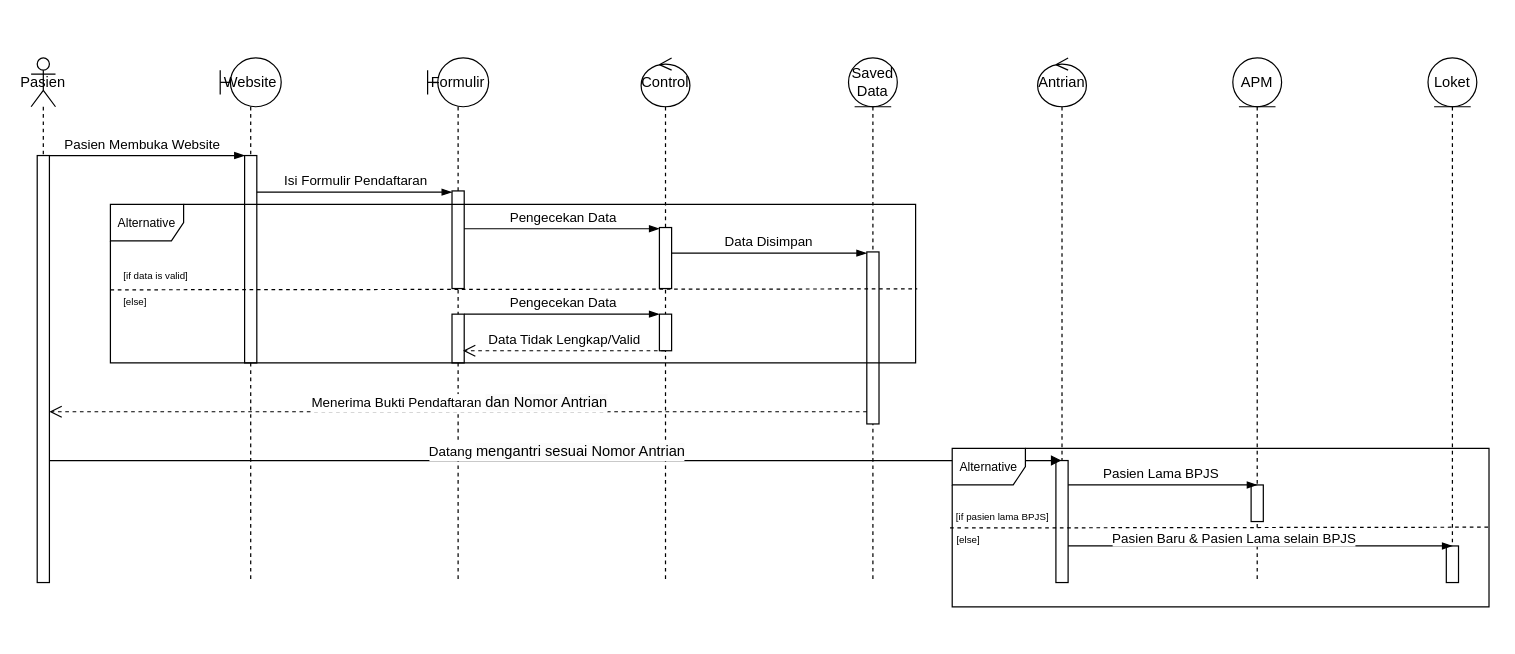
riotryulianto/PBI-system-analyst keeps this draw.io diagram as page "Sequence Diagram" (5 of 5) of Flowchart KlinikGo.drawio. Above is the earlier version. Source tidied: cells renumbered, new cells numbered last; positions are measured from the earlier drawing's top-left corner, leaving out a move shared by most shapes. Both pictures are drawn from the tidied source at 122%, with x=0, y=0 at pixel (30, 57).
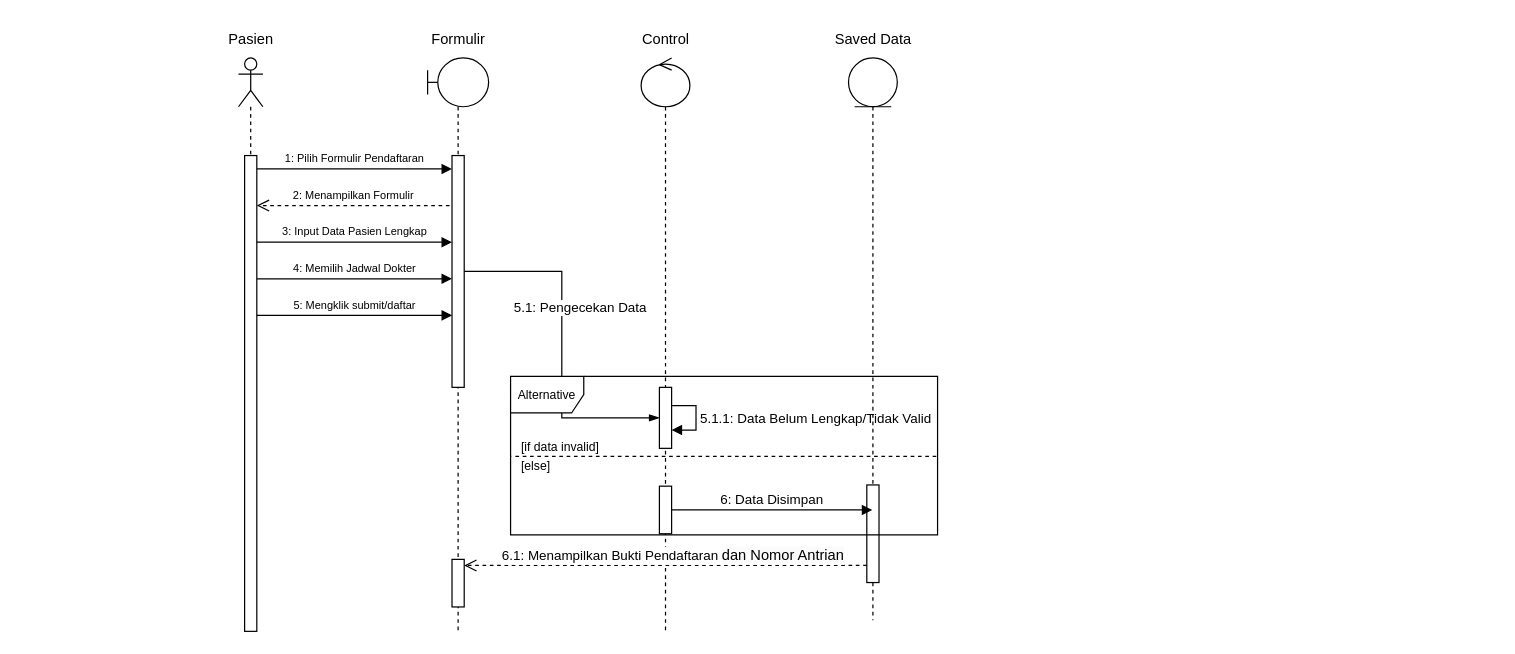
After the change.

The edit, as a diff of the source:
```diff
@@
-    <mxCell id="2" value="Pasien" style="shape=umlLifeline;perimeter=lifelinePerimeter;whiteSpace=wrap;html=1;newEdgeStyle={&quot;curved&quot;:0,&quot;rounded&quot;:0};participant=umlActor;size=40;" parent="1" vertex="1">
-      <mxGeometry width="20" height="430" as="geometry" />
+    <mxCell id="2" style="shape=umlLifeline;perimeter=lifelinePerimeter;whiteSpace=wrap;html=1;newEdgeStyle={&quot;curved&quot;:0,&quot;rounded&quot;:0};participant=umlActor;size=40;" parent="1" vertex="1">
+      <mxGeometry x="170" width="20" height="471" as="geometry" />
     </mxCell>
     <mxCell id="3" style="html=1;points=[[0,0,0,0,5],[0,1,0,0,-5],[1,0,0,0,5],[1,1,0,0,-5]];perimeter=orthogonalPerimeter;outlineConnect=0;targetShapes=umlLifeline;portConstraint=eastwest;newEdgeStyle={&quot;curved&quot;:0,&quot;rounded&quot;:0};" parent="2" vertex="1">
-      <mxGeometry x="5" y="80" width="10" height="350" as="geometry" />
+      <mxGeometry x="5" y="80" width="10" height="390" as="geometry" />
     </mxCell>
-    <mxCell id="4" value="Website" style="shape=umlLifeline;perimeter=lifelinePerimeter;whiteSpace=wrap;html=1;newEdgeStyle={&quot;curved&quot;:0,&quot;rounded&quot;:0};participant=umlBoundary;size=40;" parent="1" vertex="1">
-      <mxGeometry x="155" width="50" height="430" as="geometry" />
-    </mxCell>
-    <mxCell id="5" style="html=1;perimeter=orthogonalPerimeter;targetShapes=umlLifeline;newEdgeStyle={&quot;curved&quot;:0,&quot;rounded&quot;:0};" parent="4" vertex="1">
-      <mxGeometry x="20" y="80" width="10" height="170" as="geometry" />
-    </mxCell>
-    <mxCell id="6" value="Control" style="shape=umlLifeline;perimeter=lifelinePerimeter;whiteSpace=wrap;html=1;newEdgeStyle={&quot;curved&quot;:0,&quot;rounded&quot;:0};participant=umlControl;" parent="1" vertex="1">
-      <mxGeometry x="500" width="40" height="430" as="geometry" />
+    <mxCell id="6" style="shape=umlLifeline;perimeter=lifelinePerimeter;whiteSpace=wrap;html=1;newEdgeStyle={&quot;curved&quot;:0,&quot;rounded&quot;:0};participant=umlControl;" parent="1" vertex="1">
+      <mxGeometry x="500" width="40" height="471" as="geometry" />
     </mxCell>
     <mxCell id="7" style="html=1;points=[[0,0,0,0,5],[0,1,0,0,-5],[1,0,0,0,5],[1,1,0,0,-5]];perimeter=orthogonalPerimeter;outlineConnect=0;targetShapes=umlLifeline;portConstraint=eastwest;newEdgeStyle={&quot;curved&quot;:0,&quot;rounded&quot;:0};" parent="6" vertex="1">
-      <mxGeometry x="15" y="139" width="10" height="50" as="geometry" />
+      <mxGeometry x="15" y="270" width="10" height="50" as="geometry" />
     </mxCell>
-    <mxCell id="8" style="html=1;perimeter=orthogonalPerimeter;targetShapes=umlLifeline;newEdgeStyle={&quot;curved&quot;:0,&quot;rounded&quot;:0};" parent="6" vertex="1">
-      <mxGeometry x="15" y="210" width="10" height="30" as="geometry" />
-    </mxCell>
+    <mxCell id="47" value="5.1.1: Data Belum Lengkap/Tidak Valid" style="html=1;verticalAlign=bottom;endArrow=block;curved=0;rounded=0;" parent="6" edge="1" source="7" target="7">
+      <mxGeometry x="0.33" y="-98" relative="1" as="geometry">
+        <mxPoint x="98" y="98" as="offset" />
+      </mxGeometry>
+    </mxCell>
+    <mxCell id="48" style="html=1;points=[[0,0,0,0,5],[0,1,0,0,-5],[1,0,0,0,5],[1,1,0,0,-5]];perimeter=orthogonalPerimeter;outlineConnect=0;targetShapes=umlLifeline;portConstraint=eastwest;newEdgeStyle={&quot;curved&quot;:0,&quot;rounded&quot;:0};" parent="6" vertex="1">
+      <mxGeometry x="15" y="351" width="10" height="39" as="geometry" />
+    </mxCell>
-    <mxCell id="9" value="Formulir" style="shape=umlLifeline;perimeter=lifelinePerimeter;whiteSpace=wrap;html=1;newEdgeStyle={&quot;curved&quot;:0,&quot;rounded&quot;:0};participant=umlBoundary;" parent="1" vertex="1">
-      <mxGeometry x="325" width="50" height="430" as="geometry" />
+    <mxCell id="9" style="shape=umlLifeline;perimeter=lifelinePerimeter;whiteSpace=wrap;html=1;newEdgeStyle={&quot;curved&quot;:0,&quot;rounded&quot;:0};participant=umlBoundary;" parent="1" vertex="1">
+      <mxGeometry x="325" width="50" height="471" as="geometry" />
     </mxCell>
     <mxCell id="10" style="html=1;points=[[0,0,0,0,5],[0,1,0,0,-5],[1,0,0,0,5],[1,1,0,0,-5]];perimeter=orthogonalPerimeter;outlineConnect=0;targetShapes=umlLifeline;portConstraint=eastwest;newEdgeStyle={&quot;curved&quot;:0,&quot;rounded&quot;:0};" parent="9" vertex="1">
-      <mxGeometry x="20" y="109" width="10" height="80" as="geometry" />
+      <mxGeometry x="20" y="80" width="10" height="190" as="geometry" />
     </mxCell>
-    <mxCell id="11" style="html=1;perimeter=orthogonalPerimeter;targetShapes=umlLifeline;newEdgeStyle={&quot;curved&quot;:0,&quot;rounded&quot;:0};" parent="9" vertex="1">
-      <mxGeometry x="20" y="210" width="10" height="40" as="geometry" />
-    </mxCell>
+    <mxCell id="49" style="html=1;points=[[0,0,0,0,5],[0,1,0,0,-5],[1,0,0,0,5],[1,1,0,0,-5]];perimeter=orthogonalPerimeter;outlineConnect=0;targetShapes=umlLifeline;portConstraint=eastwest;newEdgeStyle={&quot;curved&quot;:0,&quot;rounded&quot;:0};" parent="9" vertex="1">
+      <mxGeometry x="20" y="411" width="10" height="39" as="geometry" />
+    </mxCell>
-    <mxCell id="12" value="Saved Data" style="shape=umlLifeline;perimeter=lifelinePerimeter;whiteSpace=wrap;html=1;outlineConnect=0;portConstraint=eastwest;newEdgeStyle={&quot;curved&quot;:0,&quot;rounded&quot;:0};participant=umlEntity;" parent="1" vertex="1">
-      <mxGeometry x="670" width="40" height="430" as="geometry" />
+    <mxCell id="12" style="shape=umlLifeline;perimeter=lifelinePerimeter;whiteSpace=wrap;html=1;outlineConnect=0;portConstraint=eastwest;newEdgeStyle={&quot;curved&quot;:0,&quot;rounded&quot;:0};participant=umlEntity;" parent="1" vertex="1">
+      <mxGeometry x="670" width="40" height="461" as="geometry" />
     </mxCell>
     <mxCell id="13" style="html=1;points=[[0,0,0,0,5],[0,1,0,0,-5],[1,0,0,0,5],[1,1,0,0,-5]];perimeter=orthogonalPerimeter;outlineConnect=0;targetShapes=umlLifeline;portConstraint=eastwest;newEdgeStyle={&quot;curved&quot;:0,&quot;rounded&quot;:0};" parent="12" vertex="1">
-      <mxGeometry x="15" y="159" width="10" height="141" as="geometry" />
+      <mxGeometry x="15" y="350" width="10" height="80" as="geometry" />
     </mxCell>
-    <mxCell id="14" style="edgeStyle=elbowEdgeStyle;fontSize=12;html=1;endArrow=blockThin;endFill=1;rounded=0;" parent="1" edge="1">
-      <mxGeometry relative="1" as="geometry">
-        <mxPoint x="15" y="80" as="sourcePoint" />
-        <mxPoint x="175" y="80" as="targetPoint" />
-      </mxGeometry>
-    </mxCell>
-    <mxCell id="15" value="Pasien Membuka Website" style="edgeLabel;html=1;align=center;verticalAlign=middle;" parent="14" vertex="1">
-      <mxGeometry x="-0.46" y="1" relative="1" as="geometry">
-        <mxPoint x="32" y="-9" as="offset" />
-      </mxGeometry>
-    </mxCell>
-    <mxCell id="16" style="edgeStyle=elbowEdgeStyle;fontSize=12;html=1;endArrow=blockThin;endFill=1;rounded=0;" parent="1" edge="1">
-      <mxGeometry relative="1" as="geometry">
-        <mxPoint x="185" y="110" as="sourcePoint" />
-        <mxPoint x="345" y="110" as="targetPoint" />
-      </mxGeometry>
-    </mxCell>
-    <mxCell id="17" value="Isi Formulir Pendaftaran" style="edgeLabel;html=1;align=center;verticalAlign=middle;" parent="16" vertex="1">
-      <mxGeometry x="-0.4" y="-2" relative="1" as="geometry">
-        <mxPoint x="32" y="-12" as="offset" />
-      </mxGeometry>
-    </mxCell>
-    <mxCell id="18" style="edgeStyle=elbowEdgeStyle;fontSize=12;html=1;endArrow=blockThin;endFill=1;rounded=0;" parent="1" edge="1">
-      <mxGeometry relative="1" as="geometry">
-        <mxPoint x="355" y="140" as="sourcePoint" />
-        <mxPoint x="515" y="140" as="targetPoint" />
-      </mxGeometry>
+    <mxCell id="18" style="edgeStyle=elbowEdgeStyle;fontSize=12;html=1;endArrow=blockThin;endFill=1;rounded=0;" parent="1" edge="1" source="10" target="7">
+      <mxGeometry relative="1" as="geometry" />
     </mxCell>
-    <mxCell id="19" value="Pengecekan Data" style="edgeLabel;html=1;align=center;verticalAlign=middle;" parent="18" vertex="1">
+    <mxCell id="19" value="5.1: Pengecekan Data" style="edgeLabel;html=1;align=center;verticalAlign=middle;" parent="18" vertex="1">
       <mxGeometry x="-0.16" y="1" relative="1" as="geometry">
         <mxPoint x="13" y="-9" as="offset" />
       </mxGeometry>
     </mxCell>
-    <mxCell id="20" style="edgeStyle=elbowEdgeStyle;fontSize=12;html=1;endArrow=blockThin;endFill=1;rounded=0;" parent="1" edge="1">
-      <mxGeometry relative="1" as="geometry">
-        <mxPoint x="525" y="160" as="sourcePoint" />
-        <mxPoint x="685" y="160" as="targetPoint" />
-      </mxGeometry>
-    </mxCell>
-    <mxCell id="21" value="Data Disimpan&amp;nbsp;" style="edgeLabel;html=1;align=center;verticalAlign=middle;" parent="20" vertex="1">
-      <mxGeometry x="-0.36" relative="1" as="geometry">
-        <mxPoint x="29" y="-10" as="offset" />
-      </mxGeometry>
-    </mxCell>
-    <mxCell id="22" style="edgeStyle=elbowEdgeStyle;fontSize=12;html=1;endArrow=blockThin;endFill=1;rounded=0;" parent="1" edge="1">
-      <mxGeometry relative="1" as="geometry">
-        <mxPoint x="355" y="210" as="sourcePoint" />
-        <mxPoint x="515" y="210" as="targetPoint" />
-      </mxGeometry>
-    </mxCell>
-    <mxCell id="23" value="Pengecekan Data" style="edgeLabel;html=1;align=center;verticalAlign=middle;" parent="22" vertex="1">
-      <mxGeometry x="-0.26" y="2" relative="1" as="geometry">
-        <mxPoint x="21" y="-8" as="offset" />
-      </mxGeometry>
-    </mxCell>
-    <mxCell id="24" value="Data Tidak Lengkap/Valid" style="html=1;verticalAlign=bottom;endArrow=open;dashed=1;endSize=8;curved=0;rounded=0;" parent="1" edge="1">
-      <mxGeometry relative="1" as="geometry">
-        <mxPoint x="519.5" y="240" as="sourcePoint" />
-        <mxPoint x="354" y="240" as="targetPoint" />
-      </mxGeometry>
-    </mxCell>
     <mxCell id="25" value="&lt;font style=&quot;font-size: 10px;&quot;&gt;Alternative&lt;/font&gt;" style="shape=umlFrame;whiteSpace=wrap;html=1;" parent="1" vertex="1">
-      <mxGeometry x="65" y="120" width="660" height="130" as="geometry" />
+      <mxGeometry x="393" y="261" width="350" height="130" as="geometry" />
     </mxCell>
-    <mxCell id="26" style="endArrow=none;dashed=1;html=1;rounded=0;exitX=0.001;exitY=0.003;exitDx=0;exitDy=0;exitPerimeter=0;entryX=1.002;entryY=0.533;entryDx=0;entryDy=0;entryPerimeter=0;" parent="1" edge="1" source="28" target="25">
-      <mxGeometry relative="1" as="geometry" />
-    </mxCell>
-    <mxCell id="27" value="[if data is valid]" style="text;html=1;align=center;verticalAlign=middle;strokeColor=none;fillColor=none;fontSize=8;" parent="1" vertex="1">
-      <mxGeometry x="62" y="169" width="80" height="20" as="geometry" />
-    </mxCell>
-    <mxCell id="28" value="[else]" style="text;html=1;align=center;verticalAlign=middle;points=[];strokeColor=none;fillColor=none;fontSize=8;" parent="1" vertex="1">
-      <mxGeometry x="65" y="190" width="40" height="20" as="geometry" />
-    </mxCell>
-    <mxCell id="29" style="html=1;verticalAlign=bottom;endArrow=open;dashed=1;endSize=8;curved=0;rounded=0;" parent="1" edge="1" target="3">
-      <mxGeometry relative="1" as="geometry">
-        <mxPoint x="685" y="290" as="sourcePoint" />
-      </mxGeometry>
+    <mxCell id="29" style="html=1;verticalAlign=bottom;endArrow=open;dashed=1;endSize=8;curved=0;rounded=0;entryX=1;entryY=0;entryDx=0;entryDy=5;entryPerimeter=0;" parent="1" edge="1" source="13" target="49">
+      <mxGeometry relative="1" as="geometry" />
     </mxCell>
-    <mxCell id="30" value="Menerima Bukti Pendaftaran&amp;nbsp;&lt;span style=&quot;font-size: 12px; background-color: rgb(251, 251, 251);&quot;&gt;dan Nomor Antrian&lt;/span&gt;" style="edgeLabel;html=1;align=center;verticalAlign=middle;" parent="29" vertex="1">
+    <mxCell id="30" value="6.1: Menampilkan Bukti Pendaftaran&amp;nbsp;&lt;span style=&quot;font-size: 12px; background-color: rgb(251, 251, 251);&quot;&gt;dan Nomor Antrian&lt;/span&gt;" style="edgeLabel;html=1;align=center;verticalAlign=middle;" parent="29" vertex="1">
       <mxGeometry relative="1" as="geometry">
-        <mxPoint y="-8" as="offset" />
+        <mxPoint x="5" y="-9" as="offset" />
       </mxGeometry>
     </mxCell>
-    <mxCell id="31" value="Antrian" style="shape=umlLifeline;whiteSpace=wrap;html=1;outlineConnect=0;portConstraint=eastwest;newEdgeStyle={&quot;curved&quot;:0,&quot;rounded&quot;:0};participant=umlControl;perimeter=lifelinePerimeter;" parent="1" vertex="1">
-      <mxGeometry x="825" width="40" height="430" as="geometry" />
-    </mxCell>
-    <mxCell id="32" style="html=1;points=[[0,0,0,0,5],[0,1,0,0,-5],[1,0,0,0,5],[1,1,0,0,-5]];perimeter=orthogonalPerimeter;outlineConnect=0;targetShapes=umlLifeline;portConstraint=eastwest;newEdgeStyle={&quot;curved&quot;:0,&quot;rounded&quot;:0};" parent="31" vertex="1">
-      <mxGeometry x="15" y="330" width="10" height="100" as="geometry" />
-    </mxCell>
-    <mxCell id="33" style="html=1;verticalAlign=bottom;endArrow=block;curved=0;rounded=0;" parent="1" edge="1" target="31">
-      <mxGeometry relative="1" as="geometry">
-        <mxPoint x="15" y="330" as="sourcePoint" />
-      </mxGeometry>
-    </mxCell>
-    <mxCell id="34" value="Datang&amp;nbsp;&lt;span style=&quot;font-size: 12px; background-color: rgb(251, 251, 251);&quot;&gt;mengantri sesuai&amp;nbsp;&lt;/span&gt;&lt;span style=&quot;font-size: 12px; background-color: rgb(251, 251, 251);&quot;&gt;Nomor Antrian&lt;/span&gt;" style="edgeLabel;html=1;align=center;verticalAlign=middle;" parent="33" vertex="1">
-      <mxGeometry relative="1" as="geometry">
-        <mxPoint y="-8" as="offset" />
-      </mxGeometry>
-    </mxCell>
-    <mxCell id="35" value="APM" style="shape=umlLifeline;perimeter=lifelinePerimeter;whiteSpace=wrap;html=1;newEdgeStyle={&quot;curved&quot;:0,&quot;rounded&quot;:0};participant=umlEntity;" parent="1" vertex="1">
-      <mxGeometry x="985" width="40" height="430" as="geometry" />
-    </mxCell>
-    <mxCell id="36" style="html=1;perimeter=orthogonalPerimeter;targetShapes=umlLifeline;newEdgeStyle={&quot;curved&quot;:0,&quot;rounded&quot;:0};" parent="35" vertex="1">
-      <mxGeometry x="15" y="350" width="10" height="30" as="geometry" />
-    </mxCell>
-    <mxCell id="37" value="Loket" style="shape=umlLifeline;perimeter=lifelinePerimeter;whiteSpace=wrap;html=1;newEdgeStyle={&quot;curved&quot;:0,&quot;rounded&quot;:0};participant=umlEntity;" parent="1" vertex="1">
-      <mxGeometry x="1145" width="40" height="430" as="geometry" />
-    </mxCell>
-    <mxCell id="38" style="html=1;perimeter=orthogonalPerimeter;targetShapes=umlLifeline;newEdgeStyle={&quot;curved&quot;:0,&quot;rounded&quot;:0};" parent="37" vertex="1">
-      <mxGeometry x="15" y="400" width="10" height="30" as="geometry" />
-    </mxCell>
-    <mxCell id="39" style="edgeStyle=elbowEdgeStyle;fontSize=12;html=1;endArrow=blockThin;endFill=1;rounded=0;" parent="1" edge="1" source="32">
-      <mxGeometry relative="1" as="geometry">
-        <mxPoint x="1005" y="350" as="targetPoint" />
-        <Array as="points">
-          <mxPoint x="925" y="350" />
-        </Array>
-      </mxGeometry>
-    </mxCell>
-    <mxCell id="40" value="Pasien Lama BPJS" style="edgeLabel;html=1;align=center;verticalAlign=middle;" parent="39" vertex="1">
-      <mxGeometry x="-0.13" relative="1" as="geometry">
-        <mxPoint x="8" y="-10" as="offset" />
-      </mxGeometry>
-    </mxCell>
-    <mxCell id="41" style="edgeStyle=elbowEdgeStyle;fontSize=12;html=1;endArrow=blockThin;endFill=1;rounded=0;" parent="1" edge="1" source="32">
-      <mxGeometry relative="1" as="geometry">
-        <mxPoint x="1165" y="400" as="targetPoint" />
-        <Array as="points">
-          <mxPoint x="1004.5" y="400" />
-        </Array>
-      </mxGeometry>
-    </mxCell>
-    <mxCell id="42" value="Pasien Baru &amp;amp; Pasien Lama selain BPJS" style="edgeLabel;html=1;align=center;verticalAlign=middle;" parent="41" vertex="1">
-      <mxGeometry x="-0.23" y="-2" relative="1" as="geometry">
-        <mxPoint x="14" y="-9" as="offset" />
-      </mxGeometry>
-    </mxCell>
-    <mxCell id="43" value="&lt;font style=&quot;font-size: 10px;&quot;&gt;Alternative&lt;/font&gt;" style="shape=umlFrame;whiteSpace=wrap;html=1;" parent="1" vertex="1">
-      <mxGeometry x="755" y="320" width="440" height="130" as="geometry" />
-    </mxCell>
-    <mxCell id="44" style="endArrow=none;dashed=1;html=1;rounded=0;exitX=-0.004;exitY=0.502;exitDx=0;exitDy=0;exitPerimeter=0;entryX=1.005;entryY=0.497;entryDx=0;entryDy=0;entryPerimeter=0;" parent="1" edge="1" source="43" target="43">
-      <mxGeometry relative="1" as="geometry" />
-    </mxCell>
-    <mxCell id="45" value="&lt;font style=&quot;font-size: 8px;&quot;&gt;[if pasien lama BPJS]&lt;/font&gt;" style="text;html=1;align=center;verticalAlign=middle;strokeColor=none;fillColor=none;" parent="1" vertex="1">
-      <mxGeometry x="746" y="360" width="100" height="30" as="geometry" />
-    </mxCell>
-    <mxCell id="46" value="&lt;font style=&quot;font-size: 8px;&quot;&gt;[else]&lt;/font&gt;" style="text;html=1;align=center;verticalAlign=middle;strokeColor=none;fillColor=none;" parent="1" vertex="1">
-      <mxGeometry x="748" y="379" width="40" height="30" as="geometry" />
-    </mxCell>
+    <mxCell id="50" value="Pasien" style="text;html=1;align=center;verticalAlign=middle;strokeColor=none;fillColor=none;" parent="1" vertex="1">
+      <mxGeometry x="150" y="-30" width="60" height="30" as="geometry" />
+    </mxCell>
+    <mxCell id="51" value="Formulir" style="text;html=1;align=center;verticalAlign=middle;strokeColor=none;fillColor=none;" parent="1" vertex="1">
+      <mxGeometry x="315" y="-30" width="70" height="30" as="geometry" />
+    </mxCell>
+    <mxCell id="52" value="Control" style="text;html=1;align=center;verticalAlign=middle;strokeColor=none;fillColor=none;" parent="1" vertex="1">
+      <mxGeometry x="490" y="-30" width="60" height="30" as="geometry" />
+    </mxCell>
+    <mxCell id="53" value="Saved Data" style="text;html=1;align=center;verticalAlign=middle;strokeColor=none;fillColor=none;" parent="1" vertex="1">
+      <mxGeometry x="645" y="-30" width="90" height="30" as="geometry" />
+    </mxCell>
+    <mxCell id="54" value="&lt;font style=&quot;font-size: 9px;&quot;&gt;2: Menampilkan Formulir&lt;/font&gt;" style="html=1;verticalAlign=bottom;endArrow=open;dashed=1;endSize=8;curved=0;rounded=0;" parent="1" edge="1" target="3">
+      <mxGeometry relative="1" as="geometry">
+        <mxPoint x="343" y="121" as="sourcePoint" />
+      </mxGeometry>
+    </mxCell>
+    <mxCell id="55" value="&lt;font style=&quot;font-size: 9px;&quot;&gt;1: Pilih Formulir Pendaftaran&lt;/font&gt;" style="html=1;verticalAlign=bottom;endArrow=block;curved=0;rounded=0;" parent="1" edge="1" target="10">
+      <mxGeometry relative="1" as="geometry">
+        <mxPoint x="185" y="91" as="sourcePoint" />
+      </mxGeometry>
+    </mxCell>
+    <mxCell id="56" value="&lt;font style=&quot;font-size: 9px;&quot;&gt;3: Input Data Pasien Lengkap&lt;/font&gt;" style="html=1;verticalAlign=bottom;endArrow=block;curved=0;rounded=0;" parent="1" edge="1" target="10">
+      <mxGeometry relative="1" as="geometry">
+        <mxPoint x="185" y="151" as="sourcePoint" />
+      </mxGeometry>
+    </mxCell>
+    <mxCell id="57" value="&lt;font style=&quot;font-size: 9px;&quot;&gt;4: Memilih Jadwal Dokter&lt;/font&gt;" style="html=1;verticalAlign=bottom;endArrow=block;curved=0;rounded=0;" parent="1" edge="1" target="10">
+      <mxGeometry relative="1" as="geometry">
+        <mxPoint x="185" y="181" as="sourcePoint" />
+      </mxGeometry>
+    </mxCell>
+    <mxCell id="58" value="&lt;font style=&quot;font-size: 9px;&quot;&gt;5: Mengklik submit/daftar&lt;/font&gt;" style="html=1;verticalAlign=bottom;endArrow=block;curved=0;rounded=0;" parent="1" edge="1" target="10">
+      <mxGeometry relative="1" as="geometry">
+        <mxPoint x="185" y="211" as="sourcePoint" />
+      </mxGeometry>
+    </mxCell>
+    <mxCell id="59" value="6: Data Disimpan" style="html=1;verticalAlign=bottom;endArrow=block;curved=0;rounded=0;" parent="1" edge="1" source="48" target="12">
+      <mxGeometry relative="1" as="geometry" />
+    </mxCell>
+    <mxCell id="60" style="endArrow=none;dashed=1;html=1;rounded=0;entryX=0.002;entryY=0.504;entryDx=0;entryDy=0;entryPerimeter=0;exitX=0.997;exitY=0.504;exitDx=0;exitDy=0;exitPerimeter=0;" parent="1" edge="1" source="25" target="25">
+      <mxGeometry relative="1" as="geometry" />
+    </mxCell>
+    <mxCell id="61" value="&lt;font style=&quot;font-size: 10px;&quot;&gt;[if data invalid]&lt;br&gt;[else]&lt;/font&gt;" style="text;html=1;align=left;verticalAlign=middle;strokeColor=none;fillColor=none;" parent="1" vertex="1">
+      <mxGeometry x="400" y="306" width="90" height="40" as="geometry" />
+    </mxCell>
```
